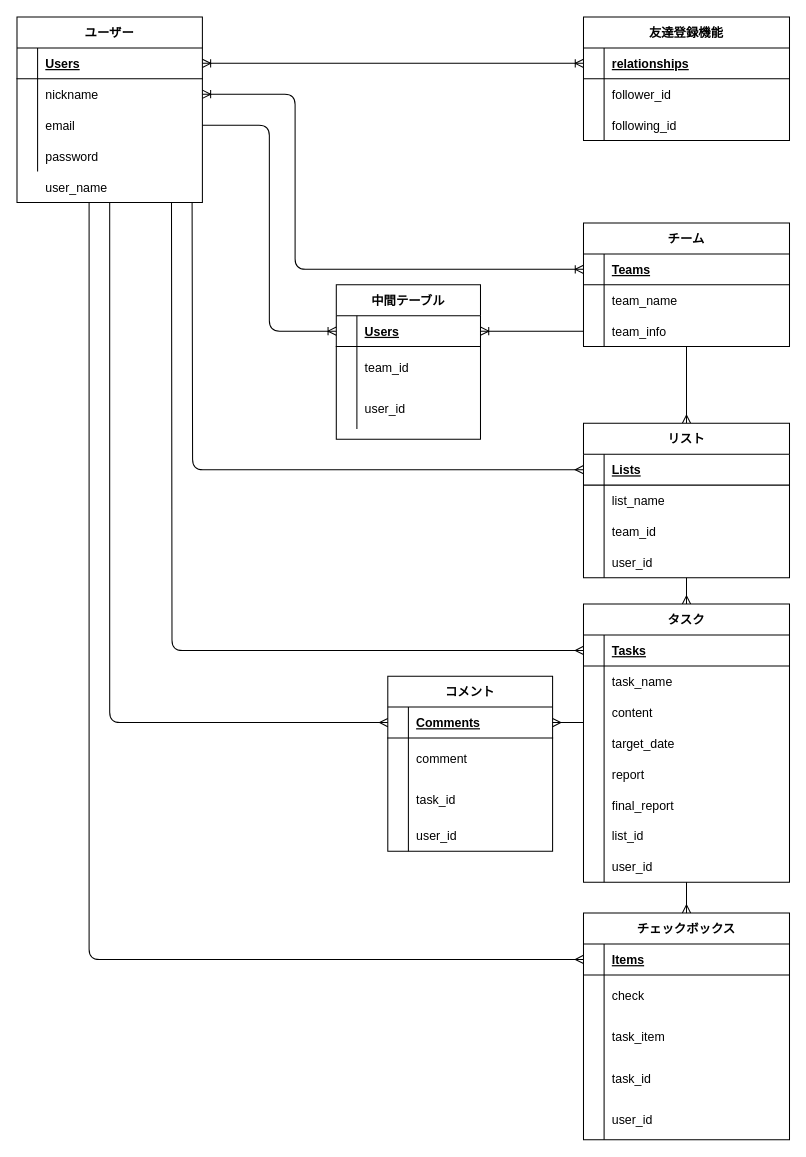
Earlier version of the draw.io diagram db.dio (IguchiRyo622/task-Bdash). Source tidied: cells renumbered, new cells numbered last; positions are measured from the earlier drawing's top-left corner, leaving out a move shared by most shapes. Both pictures are drawn from the tidied source at 103%, with x=0, y=0 at pixel (16, 16).
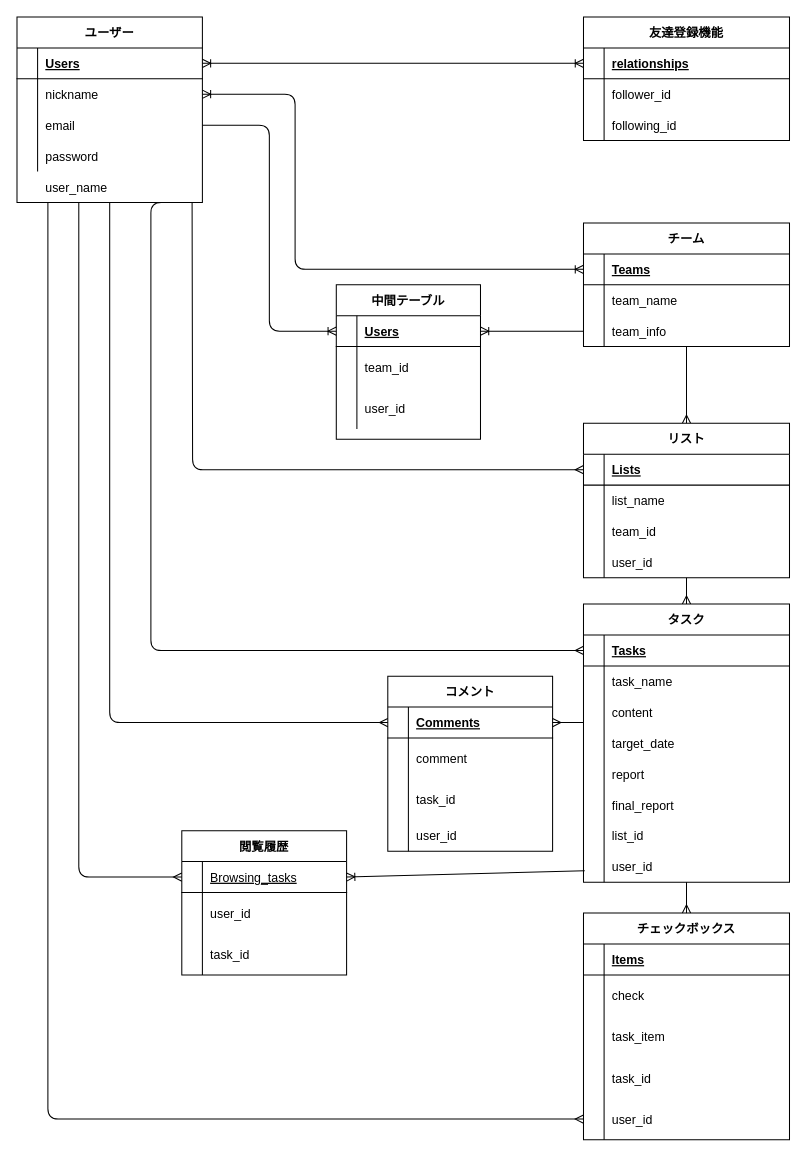
The same page after the edit.

Commit message:
db設計の変更

Unchanged cells that the change refers to:
```xml
<mxCell id="56" style="shape=partialRectangle;fillColor=none;top=0;left=0;bottom=1;right=0;points=[[0,0.5],[1,0.5]];portConstraint=eastwest;" parent="55" vertex="1">
  <mxGeometry y="30" width="200" height="30" as="geometry" />
</mxCell>
<mxCell id="77" style="shape=partialRectangle;fillColor=none;top=0;left=0;bottom=0;right=0;points=[[0,0.5],[1,0.5]];portConstraint=eastwest;" parent="55" vertex="1">
  <mxGeometry y="240" width="200" height="30" as="geometry" />
</mxCell>
<mxCell id="81" style="shape=partialRectangle;fillColor=none;top=0;left=0;bottom=1;right=0;points=[[0,0.5],[1,0.5]];portConstraint=eastwest;" parent="80" vertex="1">
  <mxGeometry y="30" width="200" height="30" as="geometry" />
</mxCell>
<mxCell id="93" style="shape=partialRectangle;fillColor=none;top=0;left=0;bottom=0;right=0;points=[[0,0.5],[1,0.5]];portConstraint=eastwest;" parent="80" vertex="1">
  <mxGeometry y="180" width="200" height="40" as="geometry" />
</mxCell>
```

Change to the diagram source:
```diff
@@
-    <mxCell id="96" style="fontSize=12;html=1;endArrow=ERmany;entryX=0;entryY=0.5;entryDx=0;entryDy=0;endFill=0;edgeStyle=orthogonalEdgeStyle;" parent="1" edge="1" target="81">
+    <mxCell id="96" style="fontSize=12;html=1;endArrow=ERmany;entryX=0;entryY=0.5;entryDx=0;entryDy=0;endFill=0;edgeStyle=orthogonalEdgeStyle;" parent="1" edge="1" target="93">
       <mxGeometry relative="1" as="geometry">
-        <mxPoint x="70" y="180" as="sourcePoint" />
+        <mxPoint x="30" y="180" as="sourcePoint" />
         <Array as="points">
-          <mxPoint x="70" y="915" />
+          <mxPoint x="30" y="1070" />
         </Array>
       </mxGeometry>
     </mxCell>
     <mxCell id="97" style="fontSize=12;html=1;endArrow=ERmany;entryX=0;entryY=0.5;entryDx=0;entryDy=0;endFill=0;edgeStyle=orthogonalEdgeStyle;" parent="1" edge="1" target="56">
       <mxGeometry relative="1" as="geometry">
         <mxPoint x="150" y="180" as="sourcePoint" />
+        <Array as="points">
+          <mxPoint x="130" y="180" />
+          <mxPoint x="130" y="615" />
+        </Array>
       </mxGeometry>
     </mxCell>
@@
+    <mxCell id="125" value="閲覧履歴" style="shape=table;startSize=30;childLayout=tableLayout;rowLines=0;fontStyle=1;align=center;" parent="1" vertex="1">
+      <mxGeometry x="160" y="790" width="160" height="140" as="geometry" />
+    </mxCell>
+    <mxCell id="126" style="shape=partialRectangle;fillColor=none;top=0;left=0;bottom=1;right=0;points=[[0,0.5],[1,0.5]];portConstraint=eastwest;" parent="125" vertex="1">
+      <mxGeometry y="30" width="160" height="30" as="geometry" />
+    </mxCell>
+    <mxCell id="127" style="shape=partialRectangle;fillColor=none;top=0;left=0;bottom=0;right=0;fontStyle=1;overflow=hidden;" parent="126" vertex="1">
+      <mxGeometry width="20" height="30" as="geometry" />
+    </mxCell>
+    <mxCell id="128" value="Browsing_tasks" style="shape=partialRectangle;fillColor=none;top=0;left=0;bottom=0;right=0;align=left;spacingLeft=6;fontStyle=4;overflow=hidden;" parent="126" vertex="1">
+      <mxGeometry x="20" width="140" height="30" as="geometry" />
+    </mxCell>
+    <mxCell id="129" style="shape=partialRectangle;fillColor=none;top=0;left=0;bottom=0;right=0;" parent="125" vertex="1">
+      <mxGeometry y="60" width="160" height="40" as="geometry" />
+    </mxCell>
+    <mxCell id="130" style="shape=partialRectangle;fillColor=none;top=0;left=0;bottom=0;right=0;overflow=hidden;" parent="129" vertex="1">
+      <mxGeometry width="20" height="40" as="geometry" />
+    </mxCell>
+    <mxCell id="131" value="user_id" style="shape=partialRectangle;fillColor=none;top=0;left=0;bottom=0;right=0;align=left;spacingLeft=6;overflow=hidden;" parent="129" vertex="1">
+      <mxGeometry x="20" width="140" height="40" as="geometry" />
+    </mxCell>
+    <mxCell id="132" style="shape=partialRectangle;fillColor=none;top=0;left=0;bottom=0;right=0;" parent="125" vertex="1">
+      <mxGeometry y="100" width="160" height="40" as="geometry" />
+    </mxCell>
+    <mxCell id="133" style="shape=partialRectangle;fillColor=none;top=0;left=0;bottom=0;right=0;overflow=hidden;" parent="132" vertex="1">
+      <mxGeometry width="20" height="40" as="geometry" />
+    </mxCell>
+    <mxCell id="134" value="task_id" style="shape=partialRectangle;fillColor=none;top=0;left=0;bottom=0;right=0;align=left;spacingLeft=6;overflow=hidden;" parent="132" vertex="1">
+      <mxGeometry x="20" width="140" height="40" as="geometry" />
+    </mxCell>
+    <mxCell id="135" style="rounded=0;jettySize=auto;html=1;entryX=0.006;entryY=0.633;entryDx=0;entryDy=0;startArrow=ERoneToMany;startFill=0;endArrow=none;endFill=0;exitX=1;exitY=0.5;exitDx=0;exitDy=0;entryPerimeter=0;" parent="1" edge="1" source="126" target="77">
+      <mxGeometry relative="1" as="geometry" />
+    </mxCell>
+    <mxCell id="136" style="fontSize=12;html=1;endArrow=ERmany;entryX=0;entryY=0.5;entryDx=0;entryDy=0;endFill=0;edgeStyle=orthogonalEdgeStyle;" parent="1" edge="1" target="126">
+      <mxGeometry relative="1" as="geometry">
+        <mxPoint x="60" y="180" as="sourcePoint" />
+        <Array as="points">
+          <mxPoint x="60" y="835" />
+        </Array>
+      </mxGeometry>
+    </mxCell>
```
